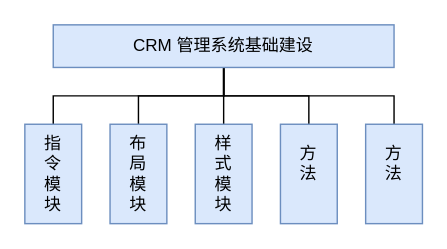
bosombaby/draw-store keeps this draw.io diagram as page "Layout 布局" (1 of 2) of 毕业设计/CRM 管理系统.drawio. Above is the earlier version. Source tidied: cells renumbered, new cells numbered last; positions are measured from the earlier drawing's top-left corner, leaving out a move shared by most shapes. Both pictures are drawn from the tidied source at 142%, with x=0, y=0 at pixel (24, 24).
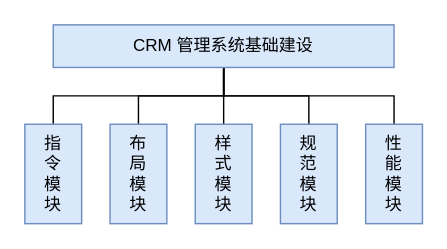
Above is the later version.

Commit message (it also covers changes not shown here):
更新CRM 管理系统.drawio

What changed in the source:
```diff
@@
 <mxGraphModel>
   <root>
     <mxCell id="0" />
     <mxCell id="1" parent="0" />
     <mxCell id="2" style="edgeStyle=orthogonalEdgeStyle;rounded=0;jettySize=auto;html=1;exitX=0.5;exitY=1;exitDx=0;exitDy=0;endArrow=none;endFill=0;" parent="1" edge="1" source="7" target="8">
       <mxGeometry relative="1" as="geometry" />
     </mxCell>
     <mxCell id="3" style="edgeStyle=orthogonalEdgeStyle;rounded=0;jettySize=auto;html=1;exitX=0.5;exitY=1;exitDx=0;exitDy=0;strokeColor=default;align=center;verticalAlign=middle;fontFamily=Helvetica;fontSize=11;fontColor=default;labelBackgroundColor=default;endArrow=none;endFill=0;" parent="1" edge="1" source="7" target="9">
       <mxGeometry relative="1" as="geometry" />
     </mxCell>
     <mxCell id="4" style="edgeStyle=orthogonalEdgeStyle;rounded=0;jettySize=auto;html=1;exitX=0.5;exitY=1;exitDx=0;exitDy=0;strokeColor=default;align=center;verticalAlign=middle;fontFamily=Helvetica;fontSize=11;fontColor=default;labelBackgroundColor=default;endArrow=none;endFill=0;" parent="1" edge="1" source="7" target="10">
       <mxGeometry relative="1" as="geometry" />
     </mxCell>
     <mxCell id="5" style="edgeStyle=orthogonalEdgeStyle;rounded=0;jettySize=auto;html=1;exitX=0.5;exitY=1;exitDx=0;exitDy=0;strokeColor=default;align=center;verticalAlign=middle;fontFamily=Helvetica;fontSize=11;fontColor=default;labelBackgroundColor=default;endArrow=none;endFill=0;" parent="1" edge="1" source="7" target="11">
       <mxGeometry relative="1" as="geometry" />
     </mxCell>
     <mxCell id="6" style="edgeStyle=orthogonalEdgeStyle;rounded=0;jettySize=auto;html=1;exitX=0.5;exitY=1;exitDx=0;exitDy=0;strokeColor=default;align=center;verticalAlign=middle;fontFamily=Helvetica;fontSize=11;fontColor=default;labelBackgroundColor=default;endArrow=none;endFill=0;" parent="1" edge="1" source="7" target="12">
       <mxGeometry relative="1" as="geometry" />
     </mxCell>
     <mxCell id="7" value="CRM 管理系统基础建设" style="rounded=0;whiteSpace=wrap;html=1;fillColor=#dae8fc;strokeColor=#6c8ebf;" parent="1" vertex="1">
       <mxGeometry x="20" width="240" height="30" as="geometry" />
     </mxCell>
     <mxCell id="8" value="指&lt;div&gt;令&lt;/div&gt;&lt;div&gt;模&lt;/div&gt;&lt;div&gt;块&lt;/div&gt;" style="rounded=0;whiteSpace=wrap;html=1;fillColor=#dae8fc;strokeColor=#6c8ebf;" parent="1" vertex="1">
       <mxGeometry y="70" width="40" height="70" as="geometry" />
     </mxCell>
     <mxCell id="9" value="布&lt;div&gt;局&lt;/div&gt;&lt;div&gt;模&lt;/div&gt;&lt;div&gt;块&lt;/div&gt;" style="rounded=0;whiteSpace=wrap;html=1;fillColor=#dae8fc;strokeColor=#6c8ebf;" parent="1" vertex="1">
       <mxGeometry x="60" y="70" width="40" height="70" as="geometry" />
     </mxCell>
     <mxCell id="10" value="样&lt;div&gt;式&lt;/div&gt;&lt;div&gt;模&lt;/div&gt;&lt;div&gt;块&lt;/div&gt;" style="rounded=0;whiteSpace=wrap;html=1;fillColor=#dae8fc;strokeColor=#6c8ebf;" parent="1" vertex="1">
       <mxGeometry x="120" y="70" width="40" height="70" as="geometry" />
     </mxCell>
-    <mxCell id="11" value="方&lt;div&gt;法&lt;/div&gt;&lt;div&gt;&lt;br&gt;&lt;/div&gt;" style="rounded=0;whiteSpace=wrap;html=1;fillColor=#dae8fc;strokeColor=#6c8ebf;" parent="1" vertex="1">
+    <mxCell id="11" value="规&lt;div&gt;范&lt;/div&gt;&lt;div&gt;模&lt;/div&gt;&lt;div&gt;块&lt;/div&gt;" style="rounded=0;whiteSpace=wrap;html=1;fillColor=#dae8fc;strokeColor=#6c8ebf;" parent="1" vertex="1">
       <mxGeometry x="180" y="70" width="40" height="70" as="geometry" />
     </mxCell>
-    <mxCell id="12" value="方&lt;div&gt;法&lt;/div&gt;&lt;div&gt;&lt;br&gt;&lt;/div&gt;" style="rounded=0;whiteSpace=wrap;html=1;fillColor=#dae8fc;strokeColor=#6c8ebf;" parent="1" vertex="1">
+    <mxCell id="12" value="性&lt;div&gt;能&lt;div&gt;模&lt;/div&gt;&lt;div&gt;块&lt;/div&gt;&lt;/div&gt;" style="rounded=0;whiteSpace=wrap;html=1;fillColor=#dae8fc;strokeColor=#6c8ebf;" parent="1" vertex="1">
       <mxGeometry x="240" y="70" width="40" height="70" as="geometry" />
     </mxCell>
   </root>
 </mxGraphModel>
```
